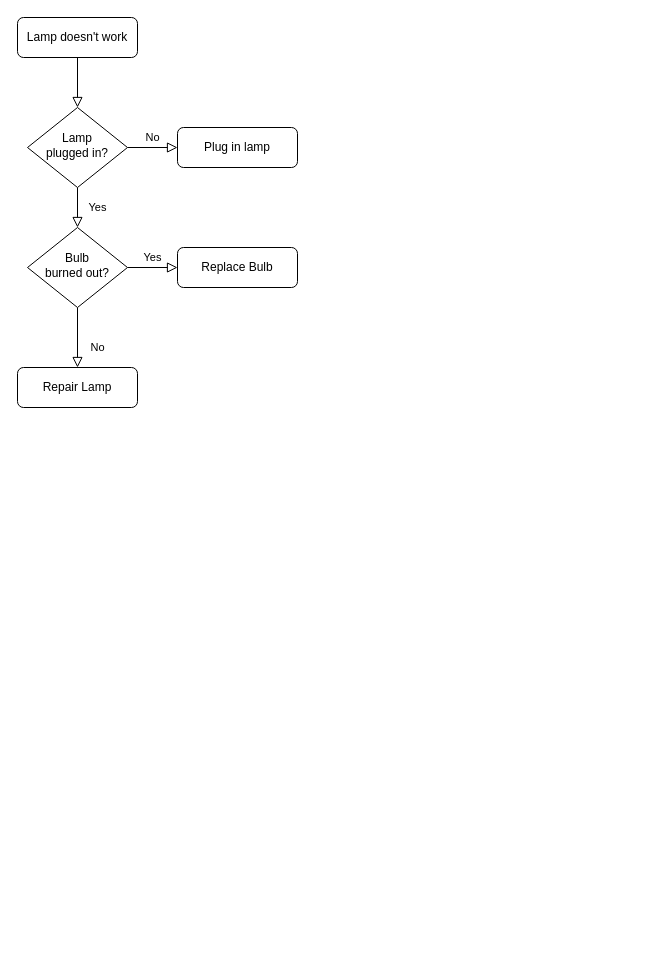
The draw.io diagram 未命名绘图.drawio in yuhuajing/AllCommonTools, before the edit. Source tidied: cells renumbered, new cells numbered last; positions are measured from the earlier drawing's top-left corner, leaving out a move shared by most shapes. Both pictures are drawn from the tidied source at 100%, with x=0, y=0 at pixel (17, 17).
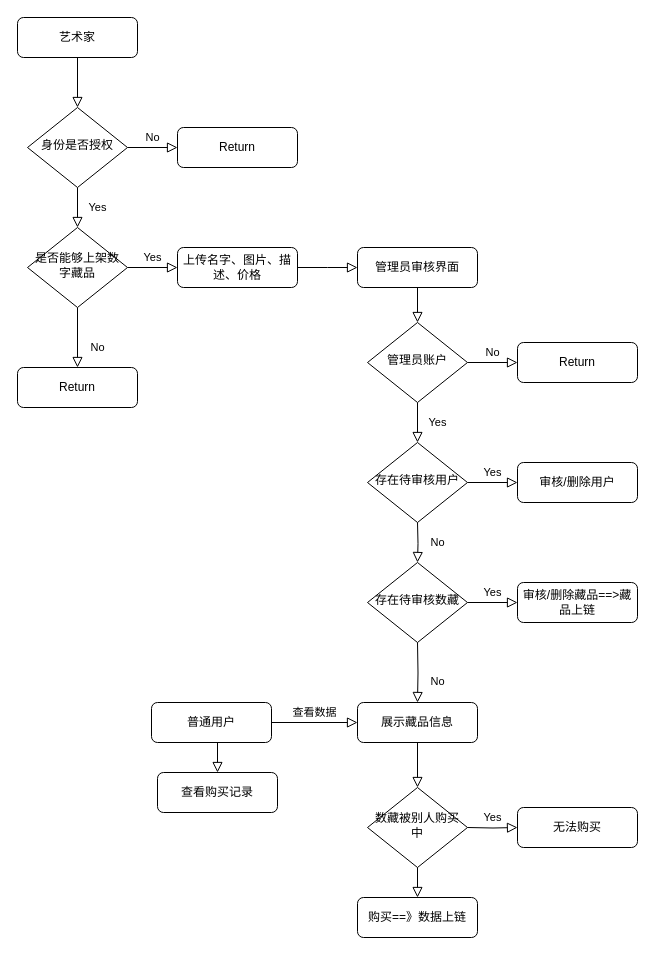
The same diagram, later.

Change to the diagram source:
```diff
@@
-    <mxCell id="3" value="Lamp doesn't work" style="rounded=1;whiteSpace=wrap;html=1;fontSize=12;glass=0;strokeWidth=1;shadow=0;" parent="1" vertex="1">
+    <mxCell id="3" value="艺术家" style="rounded=1;whiteSpace=wrap;html=1;fontSize=12;glass=0;strokeWidth=1;shadow=0;" parent="1" vertex="1">
       <mxGeometry width="120" height="40" as="geometry" />
     </mxCell>
@@
-    <mxCell id="6" value="Lamp&lt;br&gt;plugged in?" style="rhombus;whiteSpace=wrap;html=1;shadow=0;fontFamily=Helvetica;fontSize=12;align=center;strokeWidth=1;spacing=6;spacingTop=-4;" parent="1" vertex="1">
+    <mxCell id="6" value="身份是否授权" style="rhombus;whiteSpace=wrap;html=1;shadow=0;fontFamily=Helvetica;fontSize=12;align=center;strokeWidth=1;spacing=6;spacingTop=-4;" parent="1" vertex="1">
       <mxGeometry x="10" y="90" width="100" height="80" as="geometry" />
     </mxCell>
-    <mxCell id="7" value="Plug in lamp" style="rounded=1;whiteSpace=wrap;html=1;fontSize=12;glass=0;strokeWidth=1;shadow=0;" parent="1" vertex="1">
+    <mxCell id="7" value="Return" style="rounded=1;whiteSpace=wrap;html=1;fontSize=12;glass=0;strokeWidth=1;shadow=0;" parent="1" vertex="1">
       <mxGeometry x="160" y="110" width="120" height="40" as="geometry" />
     </mxCell>
@@
-    <mxCell id="10" value="Bulb&lt;br&gt;burned out?" style="rhombus;whiteSpace=wrap;html=1;shadow=0;fontFamily=Helvetica;fontSize=12;align=center;strokeWidth=1;spacing=6;spacingTop=-4;" parent="1" vertex="1">
+    <mxCell id="10" value="是否能够上架数字藏品" style="rhombus;whiteSpace=wrap;html=1;shadow=0;fontFamily=Helvetica;fontSize=12;align=center;strokeWidth=1;spacing=6;spacingTop=-4;" parent="1" vertex="1">
       <mxGeometry x="10" y="210" width="100" height="80" as="geometry" />
     </mxCell>
-    <mxCell id="11" value="Repair Lamp" style="rounded=1;whiteSpace=wrap;html=1;fontSize=12;glass=0;strokeWidth=1;shadow=0;" parent="1" vertex="1">
+    <mxCell id="11" value="Return" style="rounded=1;whiteSpace=wrap;html=1;fontSize=12;glass=0;strokeWidth=1;shadow=0;" parent="1" vertex="1">
       <mxGeometry y="350" width="120" height="40" as="geometry" />
     </mxCell>
-    <mxCell id="12" value="Replace Bulb" style="rounded=1;whiteSpace=wrap;html=1;fontSize=12;glass=0;strokeWidth=1;shadow=0;" parent="1" vertex="1">
+    <mxCell id="12" value="上传名字、图片、描述、价格" style="rounded=1;whiteSpace=wrap;html=1;fontSize=12;glass=0;strokeWidth=1;shadow=0;" parent="1" vertex="1">
       <mxGeometry x="160" y="230" width="120" height="40" as="geometry" />
     </mxCell>
+    <mxCell id="13" style="edgeStyle=orthogonalEdgeStyle;rounded=0;html=1;jettySize=auto;fontSize=11;endArrow=block;endFill=0;endSize=8;strokeWidth=1;shadow=0;labelBackgroundColor=none;exitX=1;exitY=0.5;exitDx=0;exitDy=0;" parent="1" edge="1" source="12">
+      <mxGeometry y="10" relative="1" as="geometry">
+        <mxPoint x="340" y="250" as="targetPoint" />
+      </mxGeometry>
+    </mxCell>
+    <mxCell id="14" value="管理员审核界面" style="rounded=1;whiteSpace=wrap;html=1;fontSize=12;glass=0;strokeWidth=1;shadow=0;" parent="1" vertex="1">
+      <mxGeometry x="340" y="230" width="120" height="40" as="geometry" />
+    </mxCell>
+    <mxCell id="15" value="Yes" style="rounded=0;html=1;jettySize=auto;fontSize=11;endArrow=block;endFill=0;endSize=8;strokeWidth=1;shadow=0;labelBackgroundColor=none;edgeStyle=orthogonalEdgeStyle;" parent="1" edge="1" source="17" target="20">
+      <mxGeometry y="20" relative="1" as="geometry" />
+    </mxCell>
+    <mxCell id="16" value="No" style="edgeStyle=orthogonalEdgeStyle;rounded=0;html=1;jettySize=auto;fontSize=11;endArrow=block;endFill=0;endSize=8;strokeWidth=1;shadow=0;labelBackgroundColor=none;" parent="1" edge="1" source="17" target="18">
+      <mxGeometry y="10" relative="1" as="geometry" />
+    </mxCell>
+    <mxCell id="17" value="管理员账户" style="rhombus;whiteSpace=wrap;html=1;shadow=0;fontFamily=Helvetica;fontSize=12;align=center;strokeWidth=1;spacing=6;spacingTop=-4;" parent="1" vertex="1">
+      <mxGeometry x="350" y="305" width="100" height="80" as="geometry" />
+    </mxCell>
+    <mxCell id="18" value="Return" style="rounded=1;whiteSpace=wrap;html=1;fontSize=12;glass=0;strokeWidth=1;shadow=0;" parent="1" vertex="1">
+      <mxGeometry x="500" y="325" width="120" height="40" as="geometry" />
+    </mxCell>
+    <mxCell id="19" value="Yes" style="edgeStyle=orthogonalEdgeStyle;rounded=0;html=1;jettySize=auto;fontSize=11;endArrow=block;endFill=0;endSize=8;strokeWidth=1;shadow=0;labelBackgroundColor=none;" parent="1" edge="1" source="20" target="21">
+      <mxGeometry y="10" relative="1" as="geometry" />
+    </mxCell>
+    <mxCell id="20" value="存在待审核用户" style="rhombus;whiteSpace=wrap;html=1;shadow=0;fontFamily=Helvetica;fontSize=12;align=center;strokeWidth=1;spacing=6;spacingTop=-4;" parent="1" vertex="1">
+      <mxGeometry x="350" y="425" width="100" height="80" as="geometry" />
+    </mxCell>
+    <mxCell id="21" value="审核/删除用户" style="rounded=1;whiteSpace=wrap;html=1;fontSize=12;glass=0;strokeWidth=1;shadow=0;" parent="1" vertex="1">
+      <mxGeometry x="500" y="445" width="120" height="40" as="geometry" />
+    </mxCell>
+    <mxCell id="22" style="rounded=0;html=1;jettySize=auto;fontSize=11;endArrow=block;endFill=0;endSize=8;strokeWidth=1;shadow=0;labelBackgroundColor=none;edgeStyle=orthogonalEdgeStyle;exitX=0.5;exitY=1;exitDx=0;exitDy=0;entryX=0.5;entryY=0;entryDx=0;entryDy=0;" parent="1" edge="1" source="14" target="17">
+      <mxGeometry relative="1" as="geometry" />
+    </mxCell>
+    <mxCell id="23" value="No" style="rounded=0;html=1;jettySize=auto;fontSize=11;endArrow=block;endFill=0;endSize=8;strokeWidth=1;shadow=0;labelBackgroundColor=none;edgeStyle=orthogonalEdgeStyle;" parent="1" edge="1" target="25">
+      <mxGeometry y="20" relative="1" as="geometry">
+        <mxPoint x="400" y="505" as="sourcePoint" />
+      </mxGeometry>
+    </mxCell>
+    <mxCell id="24" value="Yes" style="edgeStyle=orthogonalEdgeStyle;rounded=0;html=1;jettySize=auto;fontSize=11;endArrow=block;endFill=0;endSize=8;strokeWidth=1;shadow=0;labelBackgroundColor=none;" parent="1" edge="1" source="25" target="26">
+      <mxGeometry y="10" relative="1" as="geometry" />
+    </mxCell>
+    <mxCell id="25" value="存在待审核数藏" style="rhombus;whiteSpace=wrap;html=1;shadow=0;fontFamily=Helvetica;fontSize=12;align=center;strokeWidth=1;spacing=6;spacingTop=-4;" parent="1" vertex="1">
+      <mxGeometry x="350" y="545" width="100" height="80" as="geometry" />
+    </mxCell>
+    <mxCell id="26" value="审核/删除藏品==&amp;gt;藏品上链" style="rounded=1;whiteSpace=wrap;html=1;fontSize=12;glass=0;strokeWidth=1;shadow=0;" parent="1" vertex="1">
+      <mxGeometry x="500" y="565" width="120" height="40" as="geometry" />
+    </mxCell>
+    <mxCell id="27" value="普通用户" style="rounded=1;whiteSpace=wrap;html=1;fontSize=12;glass=0;strokeWidth=1;shadow=0;" parent="1" vertex="1">
+      <mxGeometry x="134" y="685" width="120" height="40" as="geometry" />
+    </mxCell>
+    <mxCell id="28" style="edgeStyle=orthogonalEdgeStyle;rounded=0;html=1;jettySize=auto;fontSize=11;endArrow=block;endFill=0;endSize=8;strokeWidth=1;shadow=0;labelBackgroundColor=none;exitX=0.5;exitY=1;exitDx=0;exitDy=0;entryX=0.5;entryY=0;entryDx=0;entryDy=0;" parent="1" edge="1" source="30" target="32">
+      <mxGeometry y="10" relative="1" as="geometry" />
+    </mxCell>
+    <mxCell id="29" value="No" style="rounded=0;html=1;jettySize=auto;fontSize=11;endArrow=block;endFill=0;endSize=8;strokeWidth=1;shadow=0;labelBackgroundColor=none;edgeStyle=orthogonalEdgeStyle;" parent="1" edge="1" target="30">
+      <mxGeometry x="0.33" y="20" relative="1" as="geometry">
+        <mxPoint x="400" y="625" as="sourcePoint" />
+      </mxGeometry>
+    </mxCell>
+    <mxCell id="30" value="展示藏品信息" style="rounded=1;whiteSpace=wrap;html=1;fontSize=12;glass=0;strokeWidth=1;shadow=0;" parent="1" vertex="1">
+      <mxGeometry x="340" y="685" width="120" height="40" as="geometry" />
+    </mxCell>
+    <mxCell id="31" value="查看数据" style="edgeStyle=orthogonalEdgeStyle;rounded=0;html=1;jettySize=auto;fontSize=11;endArrow=block;endFill=0;endSize=8;strokeWidth=1;shadow=0;labelBackgroundColor=none;exitX=1;exitY=0.5;exitDx=0;exitDy=0;entryX=0;entryY=0.5;entryDx=0;entryDy=0;" parent="1" edge="1" source="27" target="30">
+      <mxGeometry y="10" relative="1" as="geometry" />
+    </mxCell>
+    <mxCell id="32" value="数藏被别人购买中" style="rhombus;whiteSpace=wrap;html=1;shadow=0;fontFamily=Helvetica;fontSize=12;align=center;strokeWidth=1;spacing=6;spacingTop=-4;" parent="1" vertex="1">
+      <mxGeometry x="350" y="770" width="100" height="80" as="geometry" />
+    </mxCell>
+    <mxCell id="33" value="Yes" style="edgeStyle=orthogonalEdgeStyle;rounded=0;html=1;jettySize=auto;fontSize=11;endArrow=block;endFill=0;endSize=8;strokeWidth=1;shadow=0;labelBackgroundColor=none;" parent="1" edge="1" target="34">
+      <mxGeometry y="10" relative="1" as="geometry">
+        <mxPoint x="450" y="810" as="sourcePoint" />
+      </mxGeometry>
+    </mxCell>
+    <mxCell id="34" value="无法购买" style="rounded=1;whiteSpace=wrap;html=1;fontSize=12;glass=0;strokeWidth=1;shadow=0;" parent="1" vertex="1">
+      <mxGeometry x="500" y="790" width="120" height="40" as="geometry" />
+    </mxCell>
+    <mxCell id="35" value="购买==》数据上链" style="rounded=1;whiteSpace=wrap;html=1;fontSize=12;glass=0;strokeWidth=1;shadow=0;" parent="1" vertex="1">
+      <mxGeometry x="340" y="880" width="120" height="40" as="geometry" />
+    </mxCell>
+    <mxCell id="36" style="edgeStyle=orthogonalEdgeStyle;rounded=0;html=1;jettySize=auto;fontSize=11;endArrow=block;endFill=0;endSize=8;strokeWidth=1;shadow=0;labelBackgroundColor=none;exitX=0.5;exitY=1;exitDx=0;exitDy=0;entryX=0.5;entryY=0;entryDx=0;entryDy=0;" parent="1" edge="1" source="32" target="35">
+      <mxGeometry y="10" relative="1" as="geometry" />
+    </mxCell>
+    <mxCell id="37" value="查看购买记录" style="rounded=1;whiteSpace=wrap;html=1;fontSize=12;glass=0;strokeWidth=1;shadow=0;" parent="1" vertex="1">
+      <mxGeometry x="140" y="755" width="120" height="40" as="geometry" />
+    </mxCell>
+    <mxCell id="38" style="edgeStyle=orthogonalEdgeStyle;rounded=0;html=1;jettySize=auto;fontSize=11;endArrow=block;endFill=0;endSize=8;strokeWidth=1;shadow=0;labelBackgroundColor=none;exitX=0.5;exitY=1;exitDx=0;exitDy=0;entryX=0.5;entryY=0;entryDx=0;entryDy=0;" parent="1" edge="1" target="37">
+      <mxGeometry y="10" relative="1" as="geometry">
+        <mxPoint x="200" y="725" as="sourcePoint" />
+      </mxGeometry>
+    </mxCell>
```
